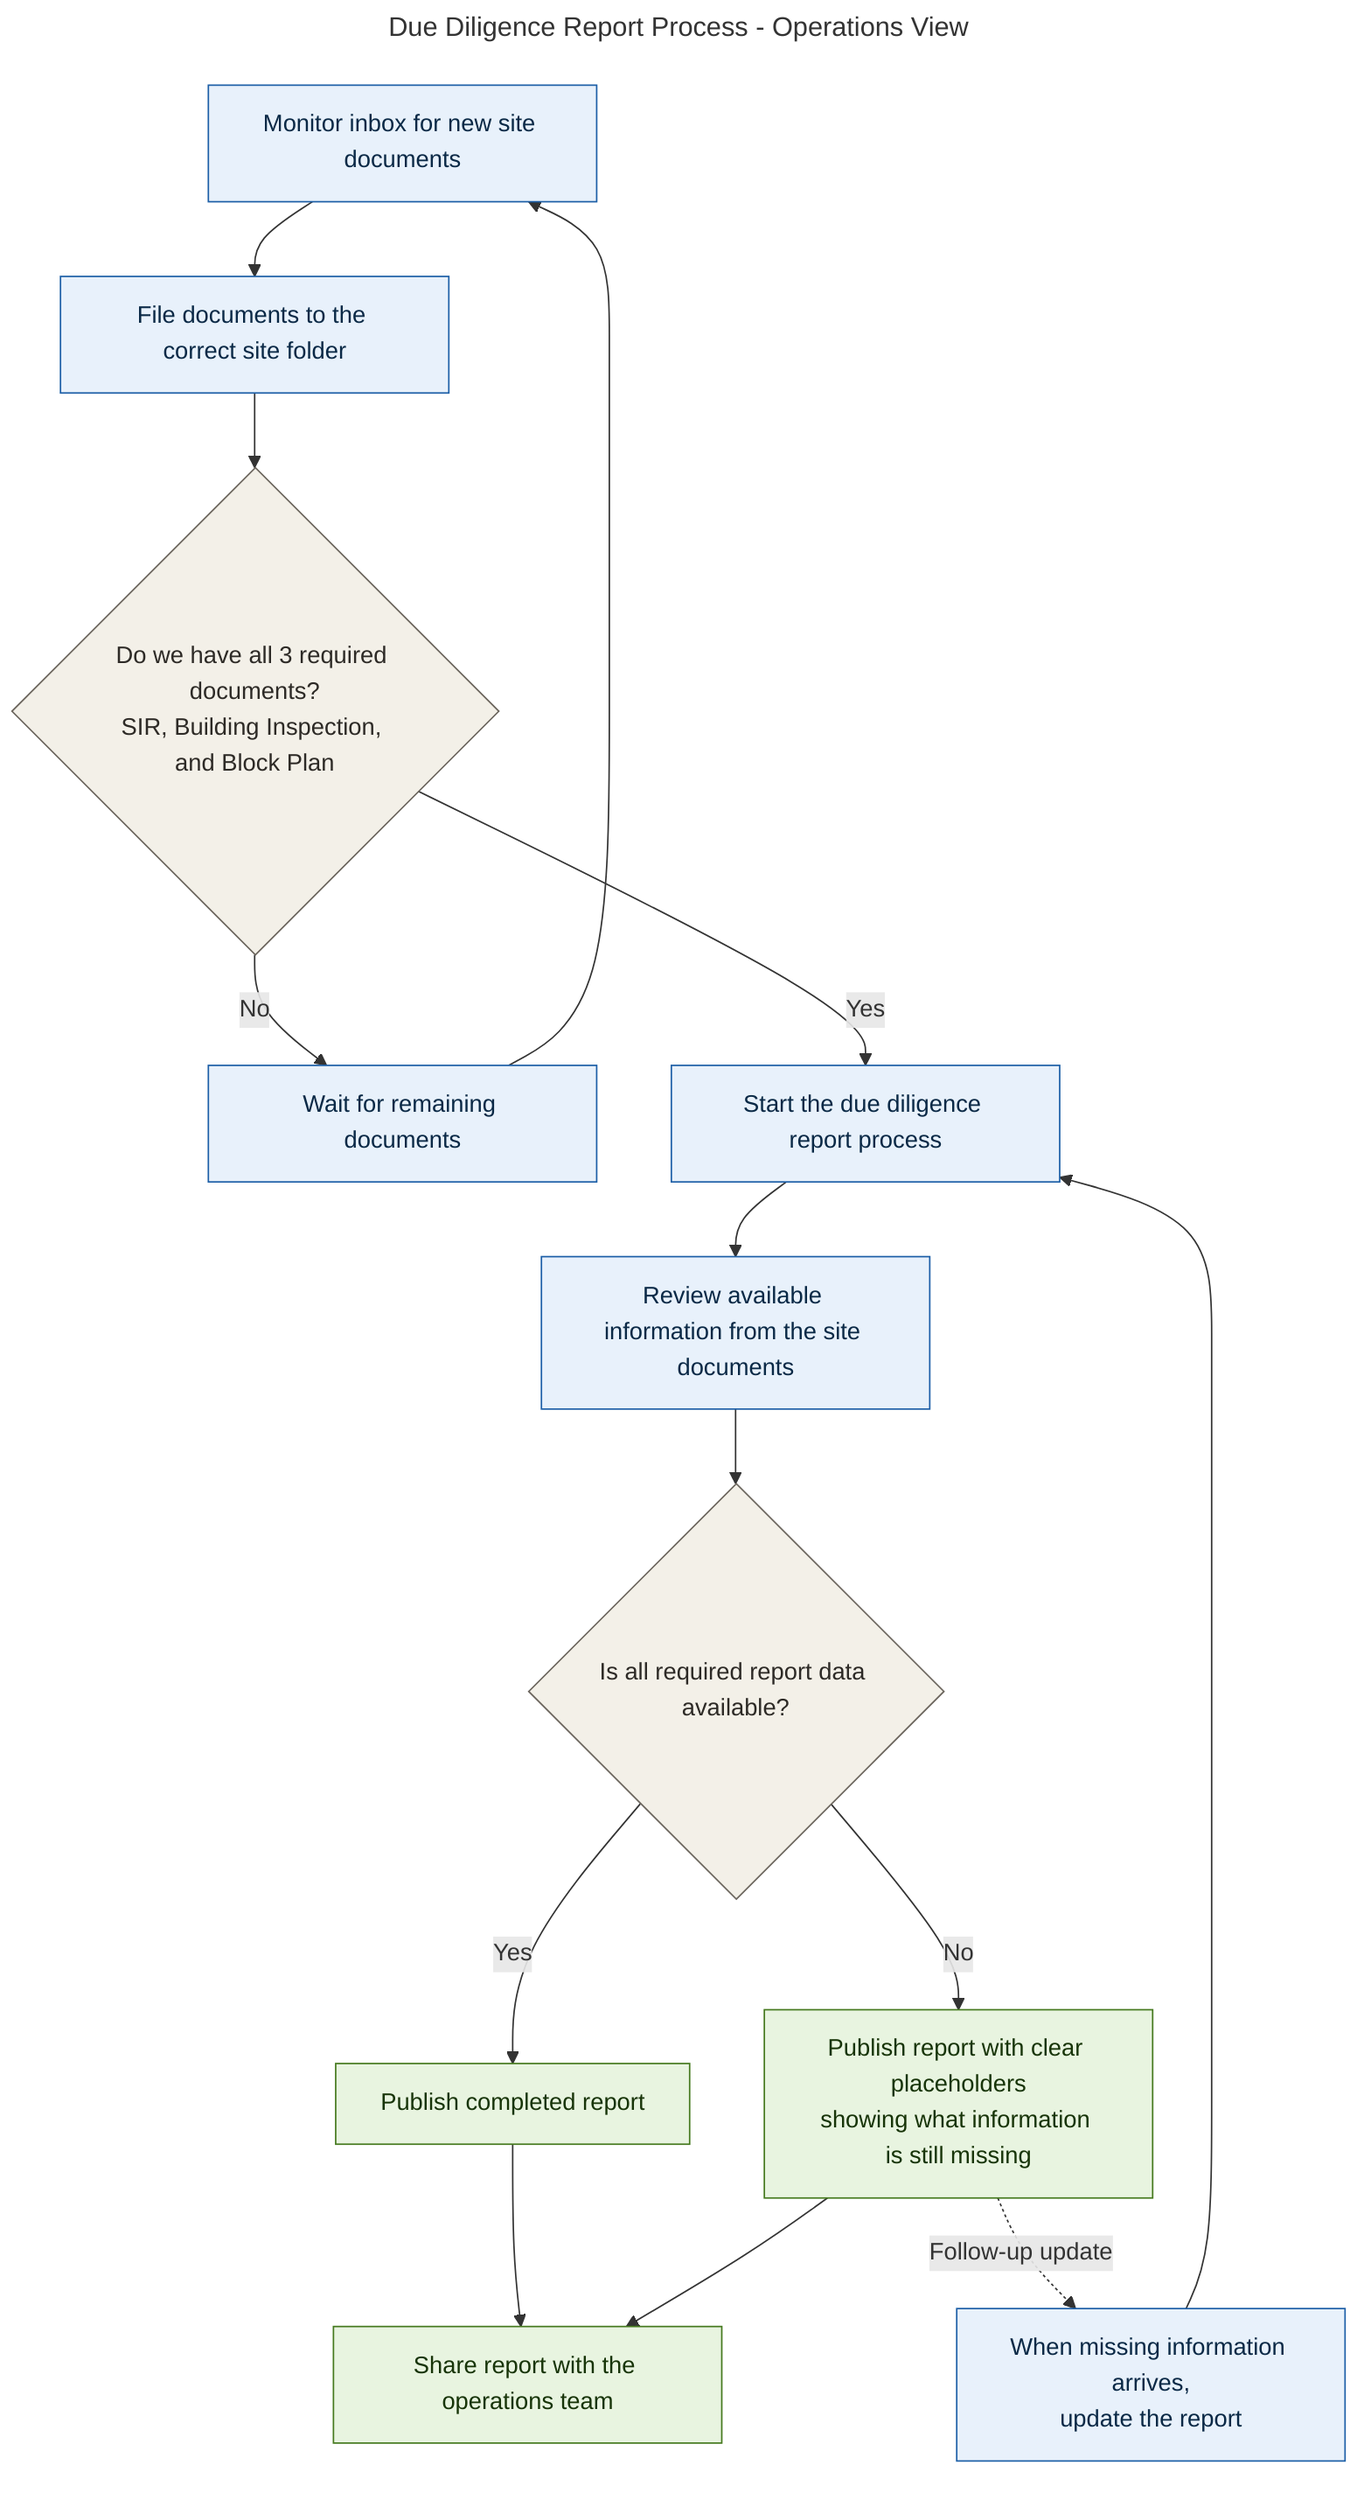
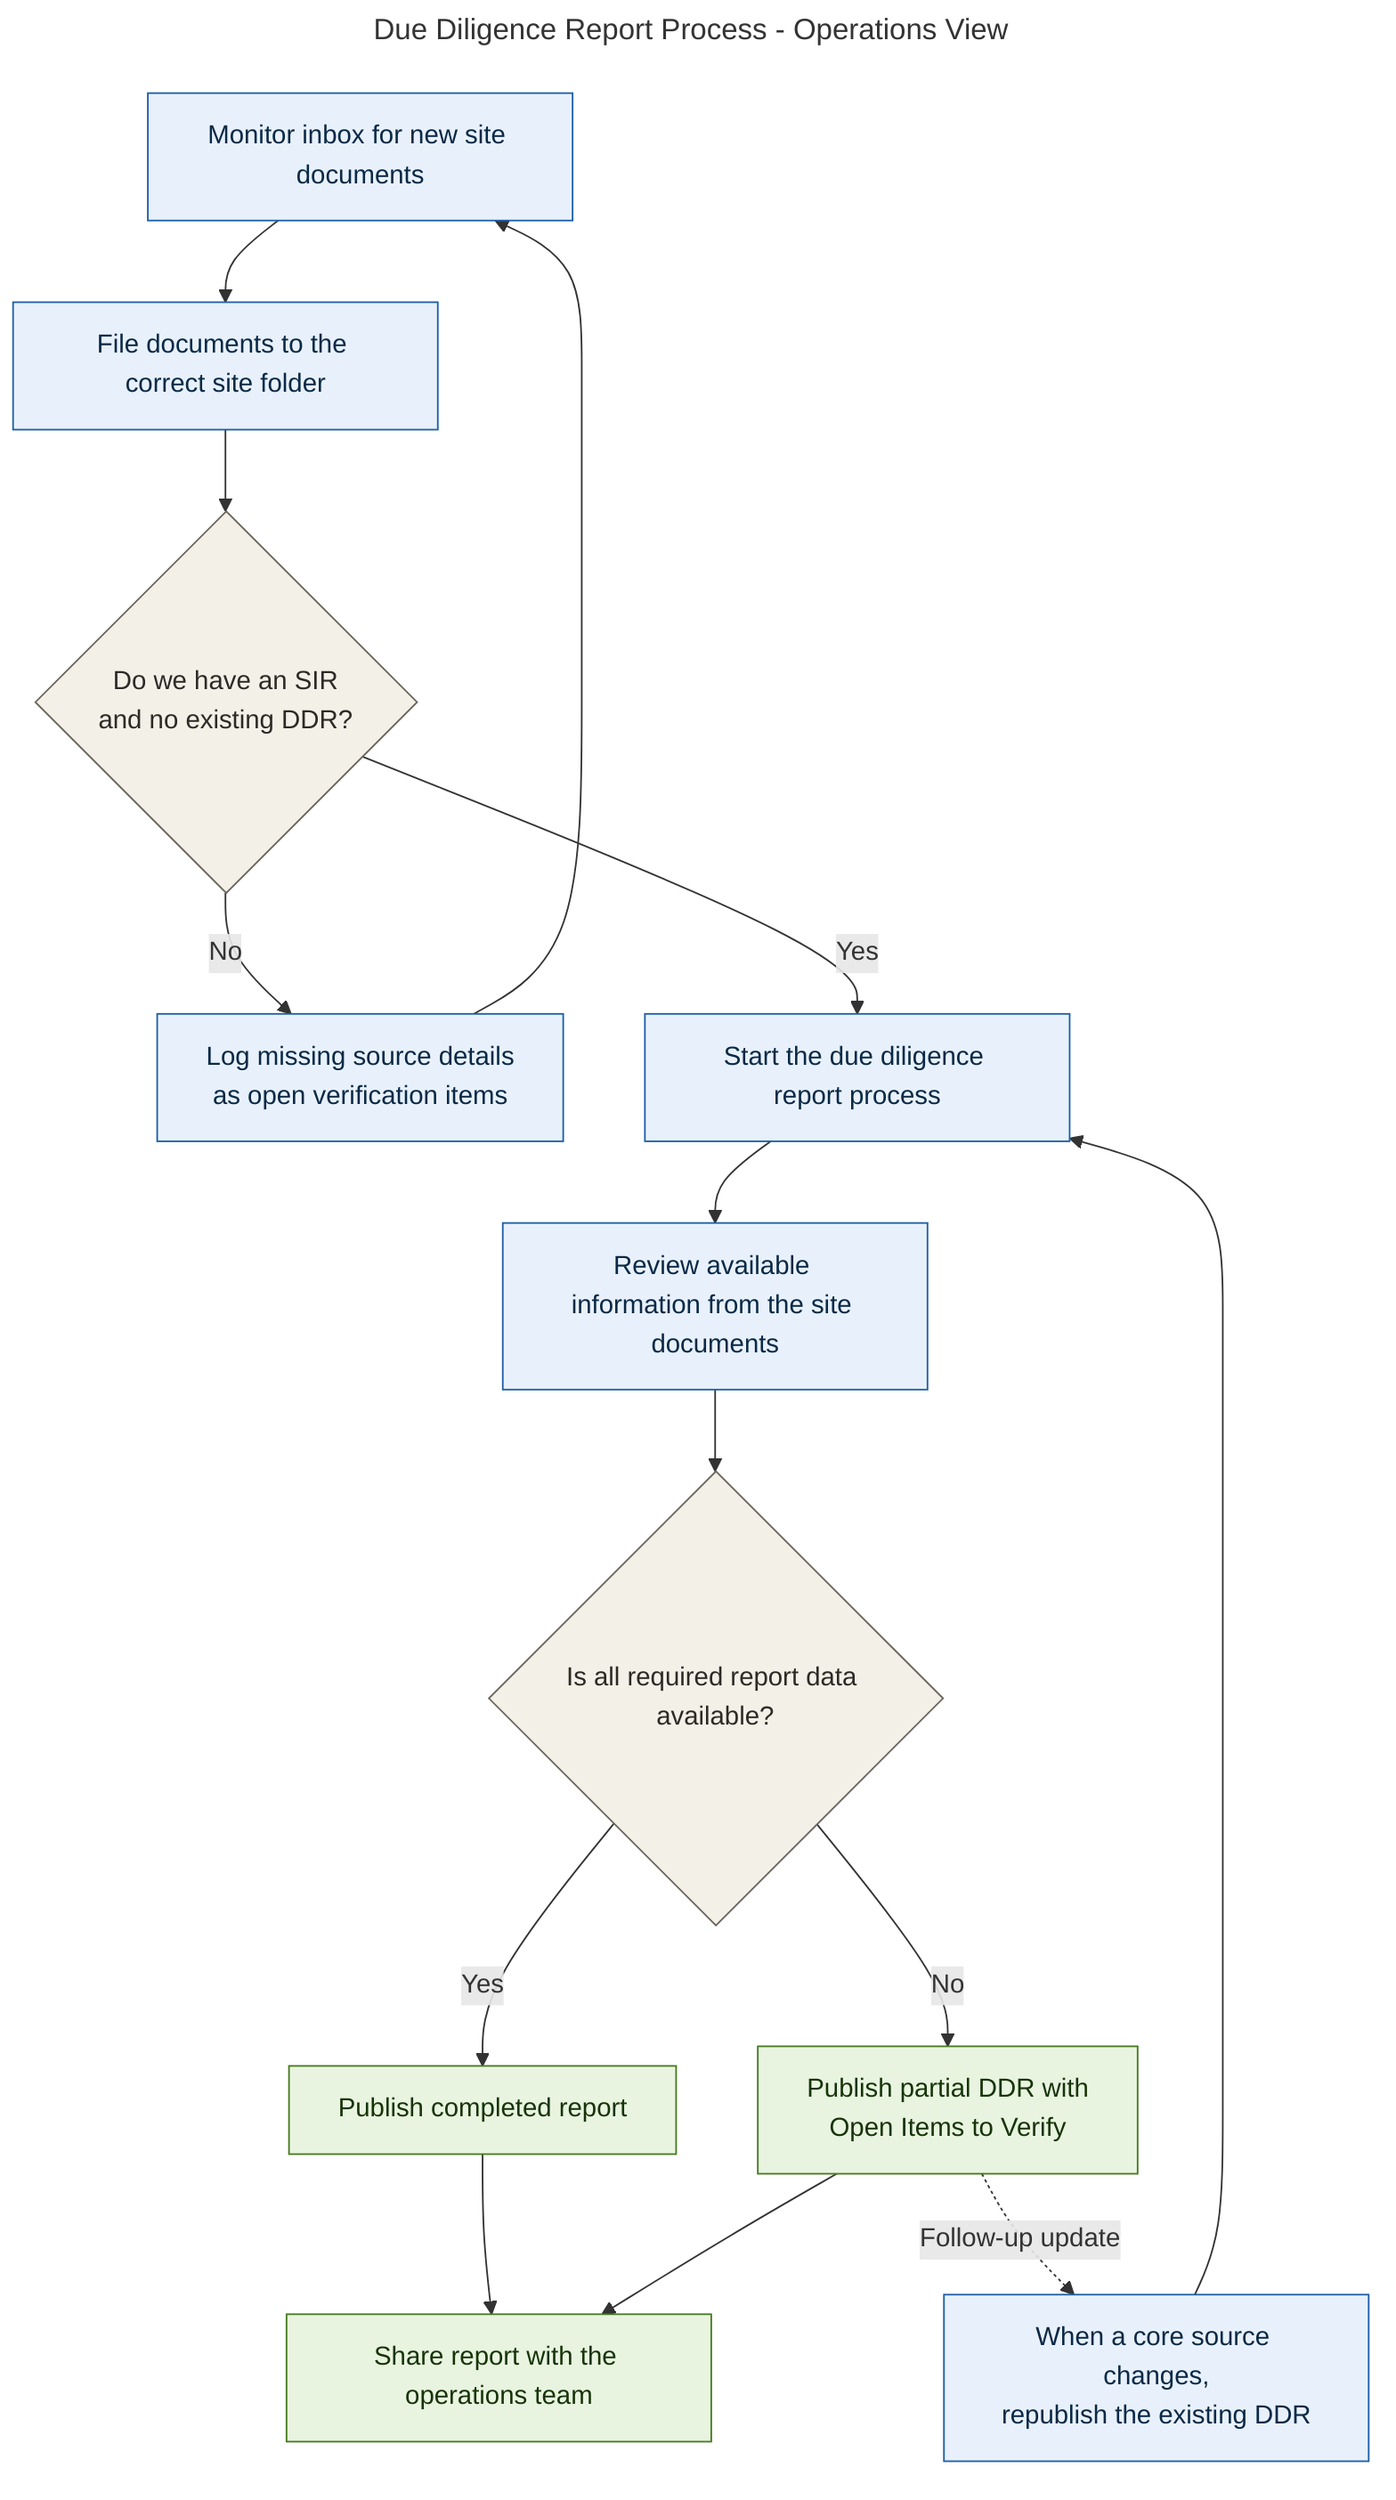
---
title: Due Diligence Report Process - Operations View
---
flowchart TD
    A["Monitor inbox for new site documents"]
    B["File documents to the correct site folder"]
-     C{"Do we have all 3 required documents?<br/>SIR, Building Inspection, and Block Plan"}
-     D["Wait for remaining documents"]
+     C{"Do we have an SIR<br/>and no existing DDR?"}
+     D["Log missing source details<br/>as open verification items"]
    E["Start the due diligence report process"]
    F["Review available information from the site documents"]
    G{"Is all required report data available?"}
    H["Publish completed report"]
-     I["Publish report with clear placeholders<br/>showing what information is still missing"]
+     I["Publish partial DDR with<br/>Open Items to Verify"]
    J["Share report with the operations team"]
-     K["When missing information arrives,<br/>update the report"]
+     K["When a core source changes,<br/>republish the existing DDR"]

    A --> B --> C
    C -- No --> D
    C -- Yes --> E --> F --> G
    G -- Yes --> H --> J
    G -- No --> I --> J
    D --> A
    K --> E
    I -. Follow-up update .-> K

    classDef process fill:#e8f1fb,stroke:#1d5fa7,color:#0a2946;
    classDef decision fill:#f3f0e8,stroke:#6b655d,color:#2d2a26;
    classDef output fill:#e8f4e0,stroke:#467a1f,color:#173408;

    class A,B,D,E,F,K process;
    class C,G decision;
    class H,I,J output;
